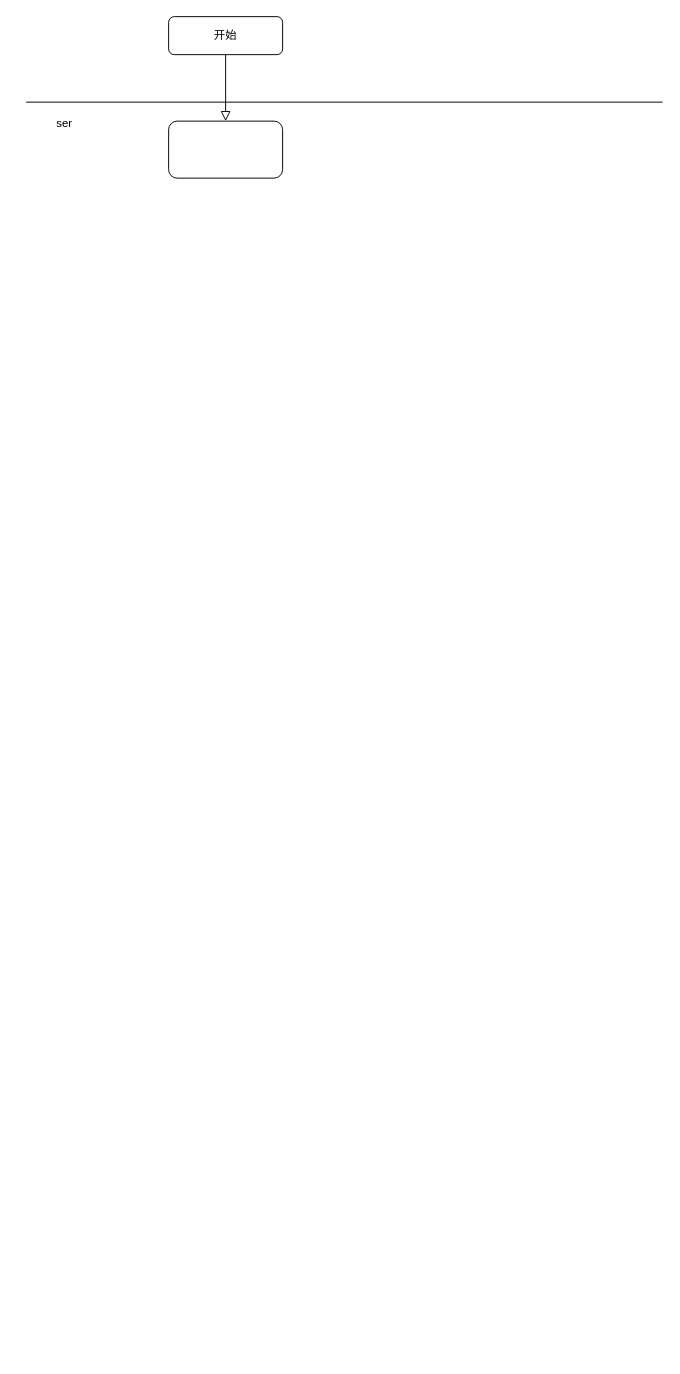
Above: bluebell_backend/conf/未命名绘图.drawio in liaKing/aliangblog (draw.io), before the change. Source tidied: cells renumbered, new cells numbered last; positions are measured from the earlier drawing's top-left corner, leaving out a move shared by most shapes. Both pictures are drawn from the tidied source at 95%, with x=0, y=0 at pixel (26, 16).
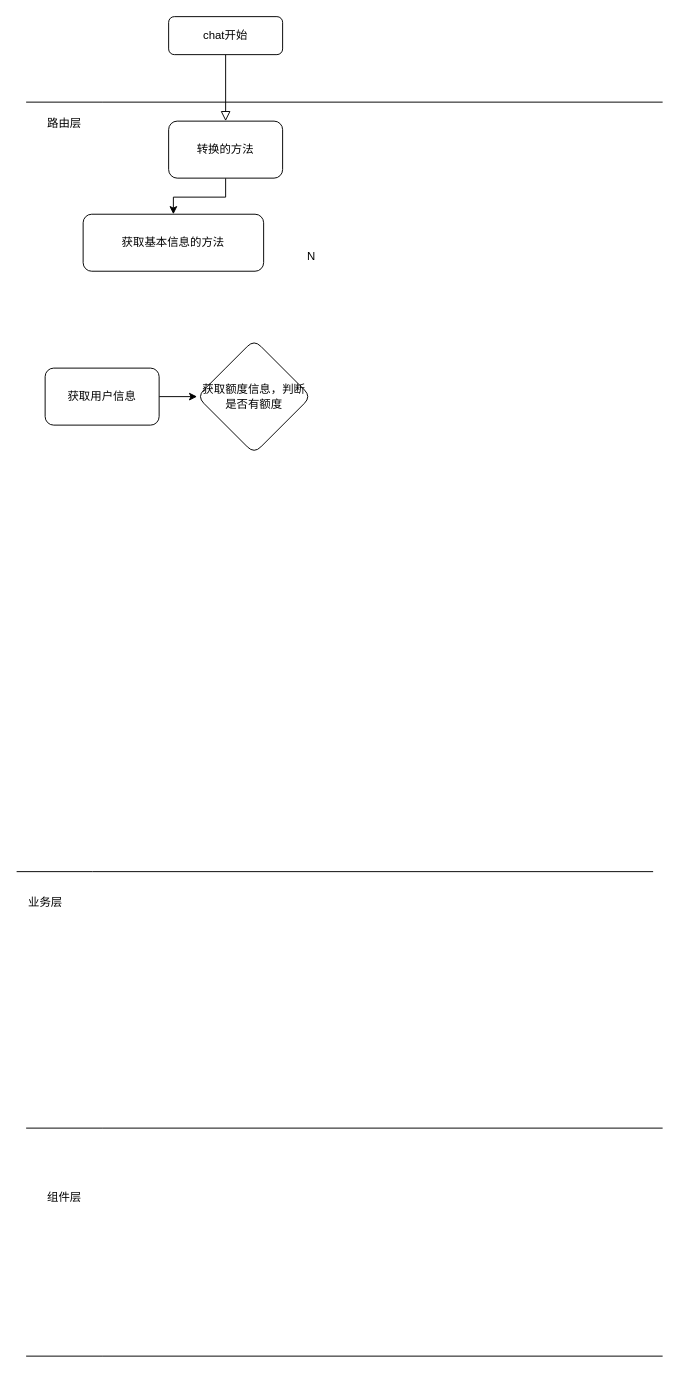
The same diagram, later.

Commit message:
更新未命名绘图.drawio

The edit, as a diff of the source:
```diff
@@
-    <mxCell id="3" value="开始" style="rounded=1;whiteSpace=wrap;html=1;fontSize=12;glass=0;strokeWidth=1;shadow=0;" parent="1" vertex="1">
+    <mxCell id="3" value="chat开始" style="rounded=1;whiteSpace=wrap;html=1;fontSize=12;glass=0;strokeWidth=1;shadow=0;" parent="1" vertex="1">
       <mxGeometry x="150" width="120" height="40" as="geometry" />
     </mxCell>
+    <mxCell id="7" style="edgeStyle=orthogonalEdgeStyle;rounded=0;jettySize=auto;html=1;" parent="1" edge="1" source="4" target="13">
+      <mxGeometry relative="1" as="geometry" />
+    </mxCell>
-    <mxCell id="4" style="rounded=1;whiteSpace=wrap;html=1;" parent="1" vertex="1">
+    <mxCell id="4" value="转换的方法" style="rounded=1;whiteSpace=wrap;html=1;" parent="1" vertex="1">
       <mxGeometry x="150" y="110" width="120" height="60" as="geometry" />
     </mxCell>
@@
-    <mxCell id="6" value="ser" style="text;html=1;align=center;verticalAlign=middle;strokeColor=none;fillColor=none;" parent="1" vertex="1">
-      <mxGeometry x="20" y="98" width="40" height="30" as="geometry" />
+    <mxCell id="6" value="路由层" style="text;html=1;align=center;verticalAlign=middle;strokeColor=none;fillColor=none;" parent="1" vertex="1">
+      <mxGeometry x="10" y="98" width="60" height="30" as="geometry" />
     </mxCell>
+    <mxCell id="8" style="endArrow=none;html=1;rounded=0;" parent="1" edge="1">
+      <mxGeometry relative="1" as="geometry">
+        <mxPoint x="-10" y="900" as="sourcePoint" />
+        <mxPoint x="660" y="900" as="targetPoint" />
+        <Array as="points">
+          <mxPoint x="70" y="900" />
+        </Array>
+      </mxGeometry>
+    </mxCell>
+    <mxCell id="9" style="endArrow=none;html=1;rounded=0;" parent="1" edge="1">
+      <mxGeometry relative="1" as="geometry">
+        <mxPoint y="1170" as="sourcePoint" />
+        <mxPoint x="670" y="1170" as="targetPoint" />
+        <Array as="points">
+          <mxPoint x="80" y="1170" />
+        </Array>
+      </mxGeometry>
+    </mxCell>
+    <mxCell id="10" style="endArrow=none;html=1;rounded=0;" parent="1" edge="1">
+      <mxGeometry relative="1" as="geometry">
+        <mxPoint y="1410" as="sourcePoint" />
+        <mxPoint x="670" y="1410" as="targetPoint" />
+        <Array as="points">
+          <mxPoint x="80" y="1410" />
+        </Array>
+      </mxGeometry>
+    </mxCell>
+    <mxCell id="11" value="组件层" style="text;html=1;align=center;verticalAlign=middle;strokeColor=none;fillColor=none;" parent="1" vertex="1">
+      <mxGeometry x="10" y="1228" width="60" height="30" as="geometry" />
+    </mxCell>
+    <mxCell id="12" value="业务层" style="text;html=1;align=center;verticalAlign=middle;strokeColor=none;fillColor=none;" parent="1" vertex="1">
+      <mxGeometry x="-10" y="918" width="60" height="30" as="geometry" />
+    </mxCell>
+    <mxCell id="13" value="获取基本信息的方法" style="whiteSpace=wrap;html=1;rounded=1;" parent="1" vertex="1">
+      <mxGeometry x="60" y="208" width="190" height="60" as="geometry" />
+    </mxCell>
+    <mxCell id="14" style="edgeStyle=orthogonalEdgeStyle;rounded=0;jettySize=auto;html=1;" parent="1" edge="1" source="15" target="16">
+      <mxGeometry relative="1" as="geometry" />
+    </mxCell>
+    <mxCell id="15" value="获取用户信息" style="rounded=1;whiteSpace=wrap;html=1;" parent="1" vertex="1">
+      <mxGeometry x="20" y="370" width="120" height="60" as="geometry" />
+    </mxCell>
+    <mxCell id="16" value="获取额度信息，判断是否有额度" style="rhombus;whiteSpace=wrap;html=1;rounded=1;" parent="1" vertex="1">
+      <mxGeometry x="180" y="340" width="120" height="120" as="geometry" />
+    </mxCell>
+    <mxCell id="17" value="N" style="text;html=1;align=center;verticalAlign=middle;strokeColor=none;fillColor=none;" parent="1" vertex="1">
+      <mxGeometry x="285" y="238" width="30" height="30" as="geometry" />
+    </mxCell>
```
